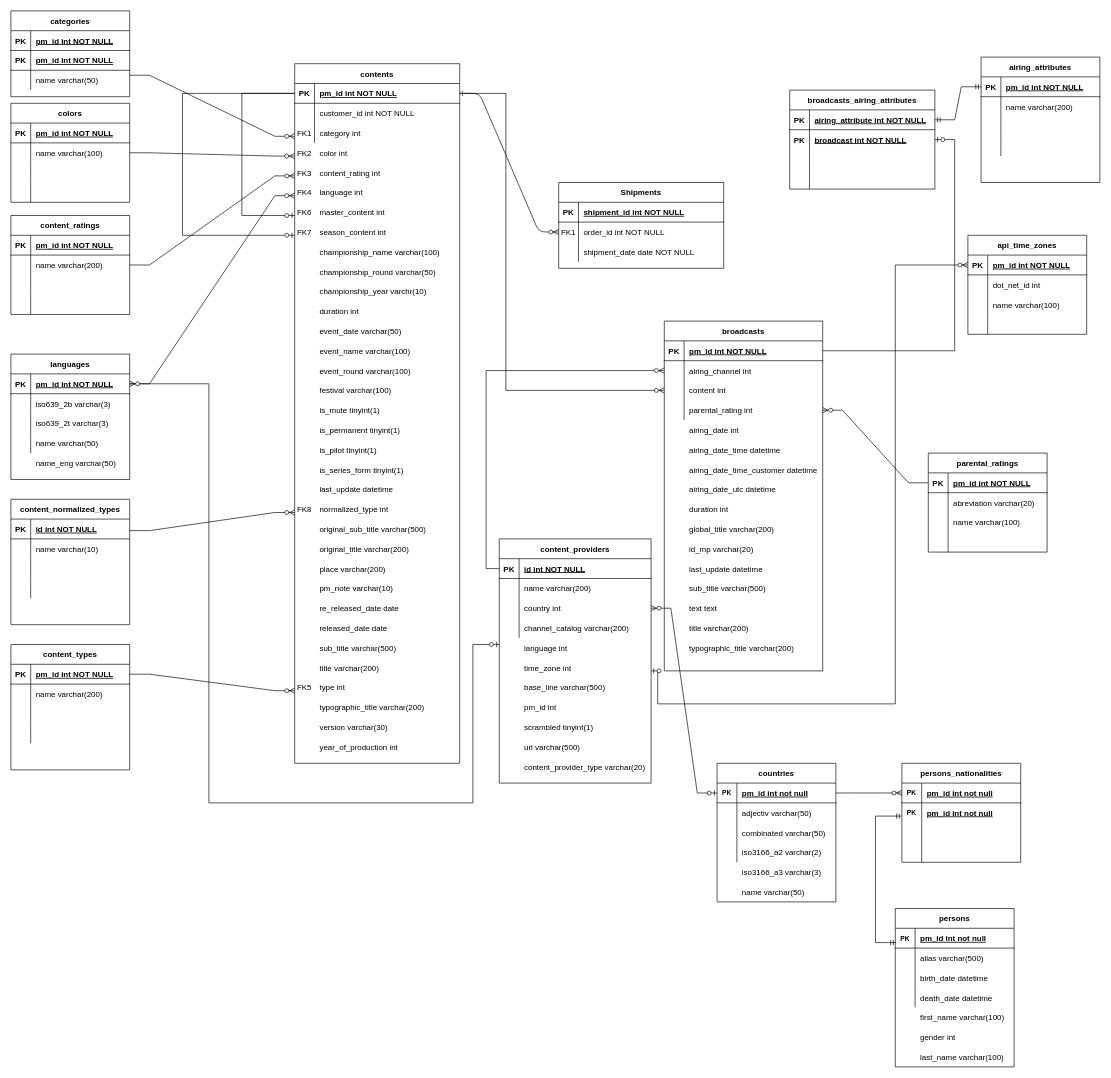
The draw.io diagram Diagramme sans nom.drawio in Amellal/Delomid_Diagrams, before the edit. Source tidied: cells renumbered, new cells numbered last; positions are measured from the earlier drawing's top-left corner, leaving out a move shared by most shapes. Both pictures are drawn from the tidied source at 66%, with x=0, y=0 at pixel (11, 11).
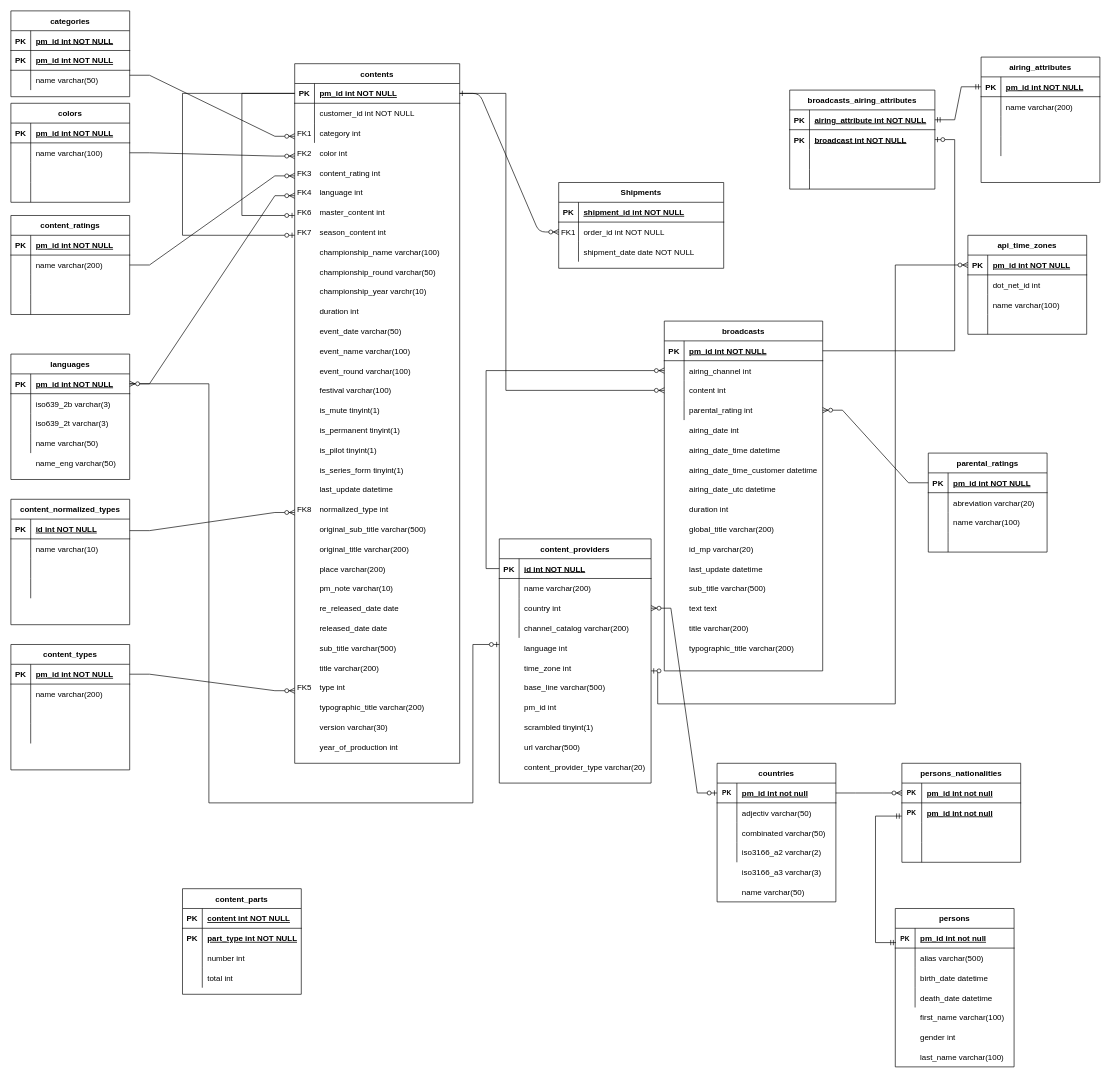
The same diagram, later.

Commit message:
Mettre à jour Diagramme sans nom.drawio

The edit, as a diff of the source:
```diff
@@
+    <mxCell id="305" value="content_parts" style="shape=table;startSize=30;childLayout=tableLayout;rowLines=0;fontStyle=1;align=center;strokeWidth=1;fontSize=12;" parent="1" vertex="1">
+      <mxGeometry x="260" y="1330" width="180" height="160" as="geometry" />
+    </mxCell>
+    <mxCell id="306" style="shape=tableRow;horizontal=0;startSize=0;swimlaneHead=0;swimlaneBody=0;fillColor=none;top=0;left=0;right=0;bottom=1;strokeWidth=1;fontSize=12;" parent="305" vertex="1">
+      <mxGeometry y="30" width="180" height="30" as="geometry" />
+    </mxCell>
+    <mxCell id="307" value="PK" style="shape=partialRectangle;fillColor=none;top=0;left=0;bottom=0;right=0;fontStyle=1;overflow=hidden;strokeWidth=1;fontSize=12;" parent="306" vertex="1">
+      <mxGeometry width="30" height="30" as="geometry" />
+    </mxCell>
+    <mxCell id="308" value="content int NOT NULL" style="shape=partialRectangle;fillColor=none;top=0;left=0;bottom=0;right=0;align=left;spacingLeft=6;fontStyle=5;overflow=hidden;strokeWidth=1;fontSize=12;" parent="306" vertex="1">
+      <mxGeometry x="30" width="150" height="30" as="geometry" />
+    </mxCell>
+    <mxCell id="309" style="shape=tableRow;horizontal=0;startSize=0;swimlaneHead=0;swimlaneBody=0;fillColor=none;top=0;left=0;right=0;bottom=0;strokeWidth=1;fontSize=12;" parent="305" vertex="1">
+      <mxGeometry y="60" width="180" height="30" as="geometry" />
+    </mxCell>
+    <mxCell id="310" style="shape=partialRectangle;fillColor=none;top=0;left=0;bottom=0;right=0;overflow=hidden;strokeWidth=1;fontSize=12;" parent="309" vertex="1">
+      <mxGeometry width="30" height="30" as="geometry" />
+    </mxCell>
+    <mxCell id="311" value="part_type int NOT NULL" style="shape=partialRectangle;fillColor=none;top=0;left=0;bottom=0;right=0;align=left;spacingLeft=6;overflow=hidden;strokeWidth=1;fontSize=12;fontStyle=5;" parent="309" vertex="1">
+      <mxGeometry x="30" width="150" height="30" as="geometry" />
+    </mxCell>
+    <mxCell id="312" style="shape=tableRow;horizontal=0;startSize=0;swimlaneHead=0;swimlaneBody=0;fillColor=none;top=0;left=0;right=0;bottom=0;strokeWidth=1;fontSize=12;" parent="305" vertex="1">
+      <mxGeometry y="90" width="180" height="30" as="geometry" />
+    </mxCell>
+    <mxCell id="313" style="shape=partialRectangle;fillColor=none;top=0;left=0;bottom=0;right=0;overflow=hidden;strokeWidth=1;fontSize=12;" parent="312" vertex="1">
+      <mxGeometry width="30" height="30" as="geometry" />
+    </mxCell>
+    <mxCell id="314" value="number int" style="shape=partialRectangle;fillColor=none;top=0;left=0;bottom=0;right=0;align=left;spacingLeft=6;overflow=hidden;strokeWidth=1;fontSize=12;" parent="312" vertex="1">
+      <mxGeometry x="30" width="150" height="30" as="geometry" />
+    </mxCell>
+    <mxCell id="315" style="shape=tableRow;horizontal=0;startSize=0;swimlaneHead=0;swimlaneBody=0;fillColor=none;top=0;left=0;right=0;bottom=0;strokeWidth=1;fontSize=12;" parent="305" vertex="1">
+      <mxGeometry y="120" width="180" height="30" as="geometry" />
+    </mxCell>
+    <mxCell id="316" style="shape=partialRectangle;fillColor=none;top=0;left=0;bottom=0;right=0;overflow=hidden;strokeWidth=1;fontSize=12;" parent="315" vertex="1">
+      <mxGeometry width="30" height="30" as="geometry" />
+    </mxCell>
+    <mxCell id="317" value="total int" style="shape=partialRectangle;fillColor=none;top=0;left=0;bottom=0;right=0;align=left;spacingLeft=6;overflow=hidden;strokeWidth=1;fontSize=12;" parent="315" vertex="1">
+      <mxGeometry x="30" width="150" height="30" as="geometry" />
+    </mxCell>
+    <mxCell id="318" value="PK" style="shape=partialRectangle;fillColor=none;top=0;left=0;bottom=0;right=0;fontStyle=1;overflow=hidden;strokeWidth=1;fontSize=12;" parent="1" vertex="1">
+      <mxGeometry x="260" y="1390" width="30" height="30" as="geometry" />
+    </mxCell>
```
